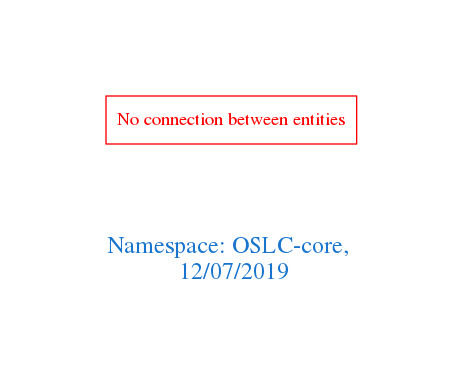
This is downloads/OSLC-core.png from arago/OGIT, a Graphviz export, as it was before one commit. Its source is kept beside it as downloads/OSLC-core.dot.
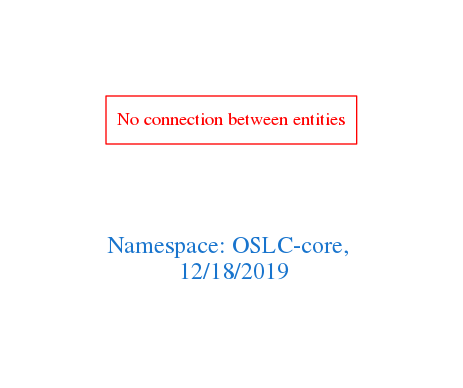
After the change.

Change to the diagram source:
```diff
@@ -1,7 +1,7 @@
 digraph OGIT_ontology {
  graph [ rankdir= LR,pad=1
 fontsize = 18,
-fontcolor= dodgerblue3,label = "\n\n\nNamespace: OSLC-core, \n 12/07/2019"];
+fontcolor= dodgerblue3,label = "\n\n\nNamespace: OSLC-core, \n 12/18/2019"];
 node[shape=polygon];
 edge [  color="gray81"];
 
```
